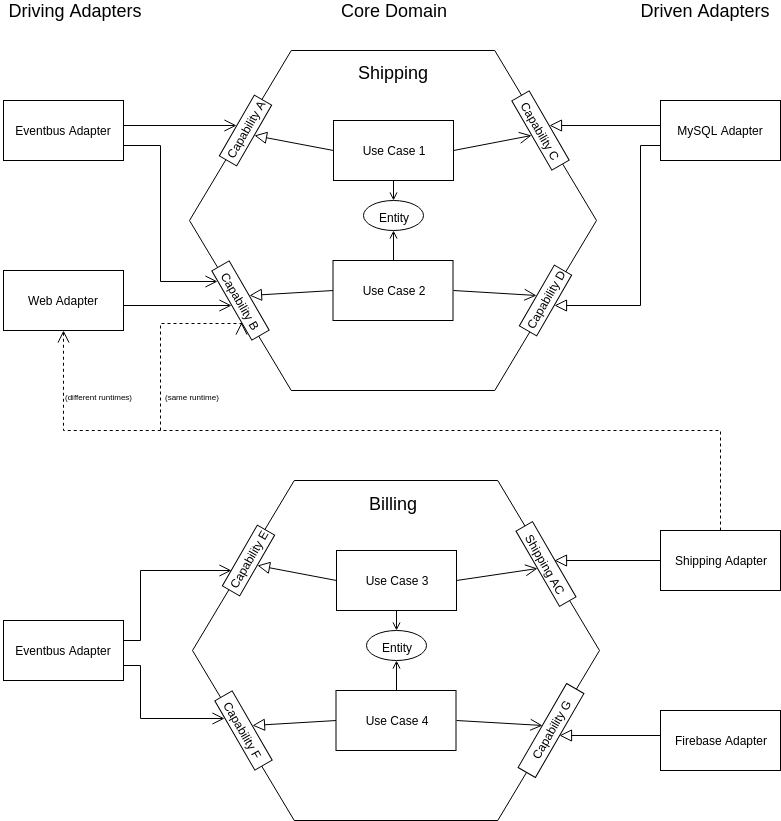
This is assets/images/posts/ports-and-adapters/multiple_contexts.png from t-buss/devblog, a draw.io export, as it was before one commit. Source tidied: cells renumbered, new cells last; positions are measured from the earlier drawing's top-left corner, leaving out a move shared by most shapes.
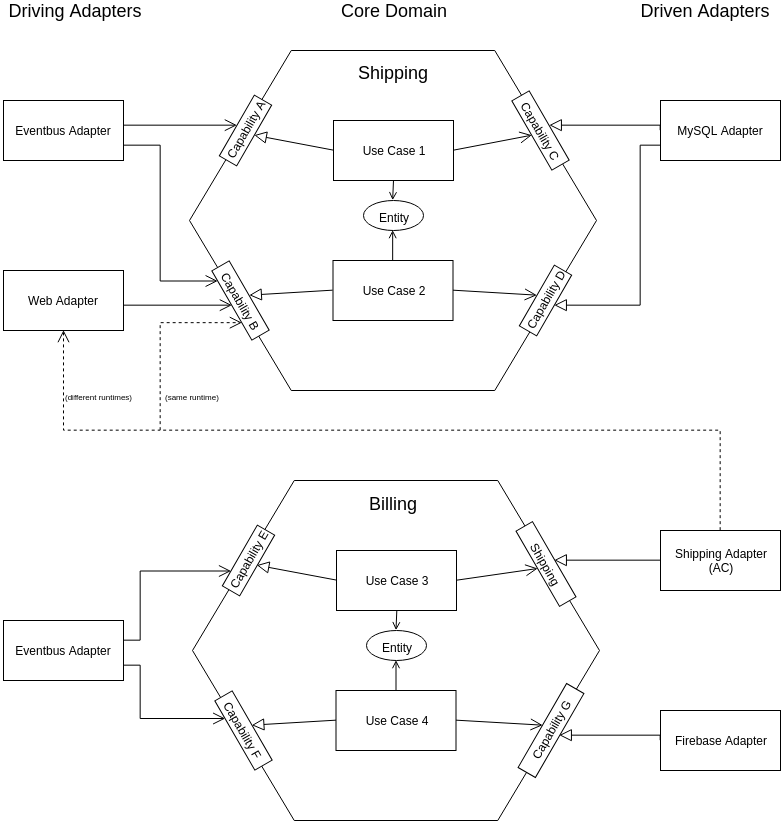
The same file after the commit.

Change to the diagram source:
```diff
@@ -132,7 +132,7 @@
     <mxCell id="35" value="&lt;div&gt;Capability G&lt;/div&gt;" style="rounded=0;whiteSpace=wrap;html=1;rotation=-60;" parent="1" vertex="1">
       <mxGeometry x="502" y="720" width="97" height="20" as="geometry" />
     </mxCell>
-    <mxCell id="36" value="&lt;div&gt;Shipping AC&lt;br&gt;&lt;/div&gt;" style="rounded=0;whiteSpace=wrap;html=1;rotation=60;" parent="1" vertex="1">
+    <mxCell id="36" value="&lt;div&gt;Shipping&lt;br&gt;&lt;/div&gt;" style="rounded=0;whiteSpace=wrap;html=1;rotation=60;" parent="1" vertex="1">
       <mxGeometry x="502" y="554" width="87" height="19" as="geometry" />
     </mxCell>
     <mxCell id="37" style="edgeStyle=orthogonalEdgeStyle;rounded=0;jettySize=auto;html=1;exitX=1;exitY=0.25;exitDx=0;exitDy=0;endArrow=open;endFill=0;endSize=10;fontSize=18;entryX=0.25;entryY=0;entryDx=0;entryDy=0;" parent="1" edge="1" source="39" target="29">
@@ -197,7 +197,7 @@
         </Array>
       </mxGeometry>
     </mxCell>
-    <mxCell id="49" value="Shipping Adapter" style="rounded=0;whiteSpace=wrap;html=1;" parent="1" vertex="1">
+    <mxCell id="49" value="Shipping Adapter&lt;br&gt;(AC)&lt;br&gt;" style="rounded=0;whiteSpace=wrap;html=1;" parent="1" vertex="1">
       <mxGeometry x="660" y="530" width="120" height="60" as="geometry" />
     </mxCell>
     <mxCell id="50" value="(same runtime)" style="text;html=1;align=left;verticalAlign=top;spacingTop=-4;fontSize=8;" parent="1" vertex="1">
```
